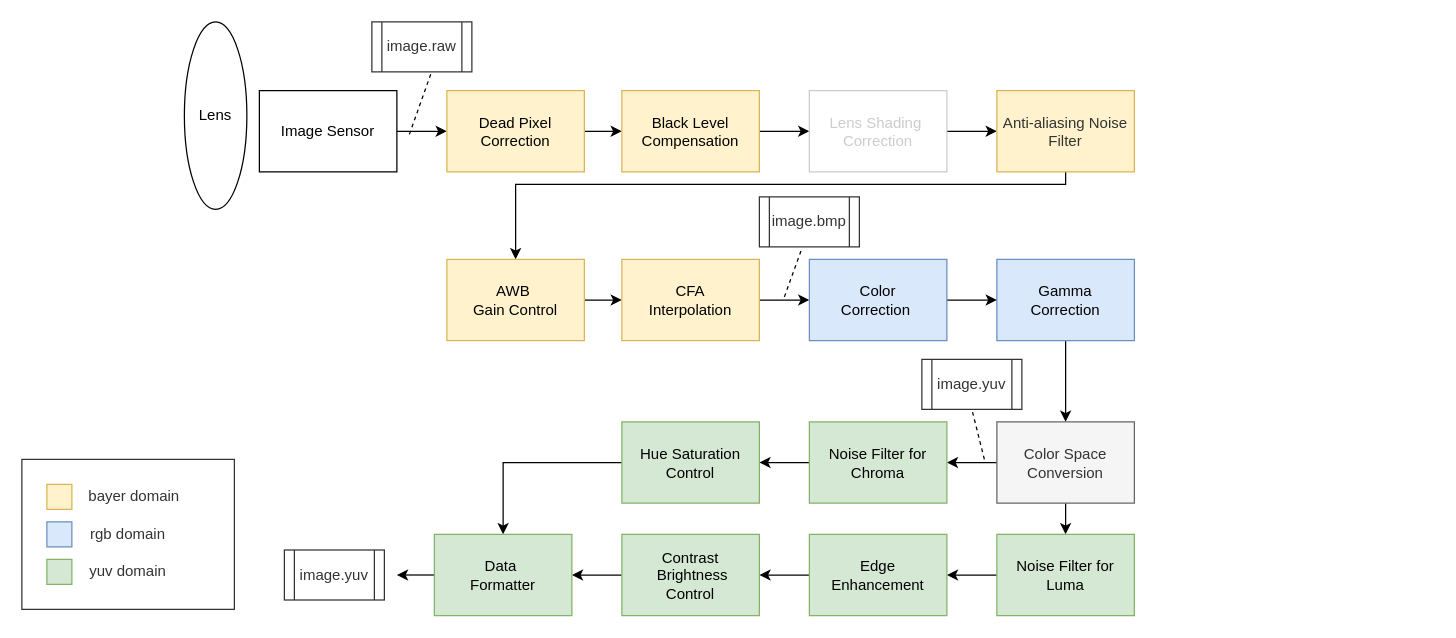
Above: image/deaft.drawio in lesialin/ImageSignalProcessing_C (draw.io), before the change. Source tidied: cells renumbered, new cells numbered last; positions are measured from the earlier drawing's top-left corner, leaving out a move shared by most shapes. Both pictures are drawn from the tidied source at 125%, with x=0, y=0 at pixel (21, 21).
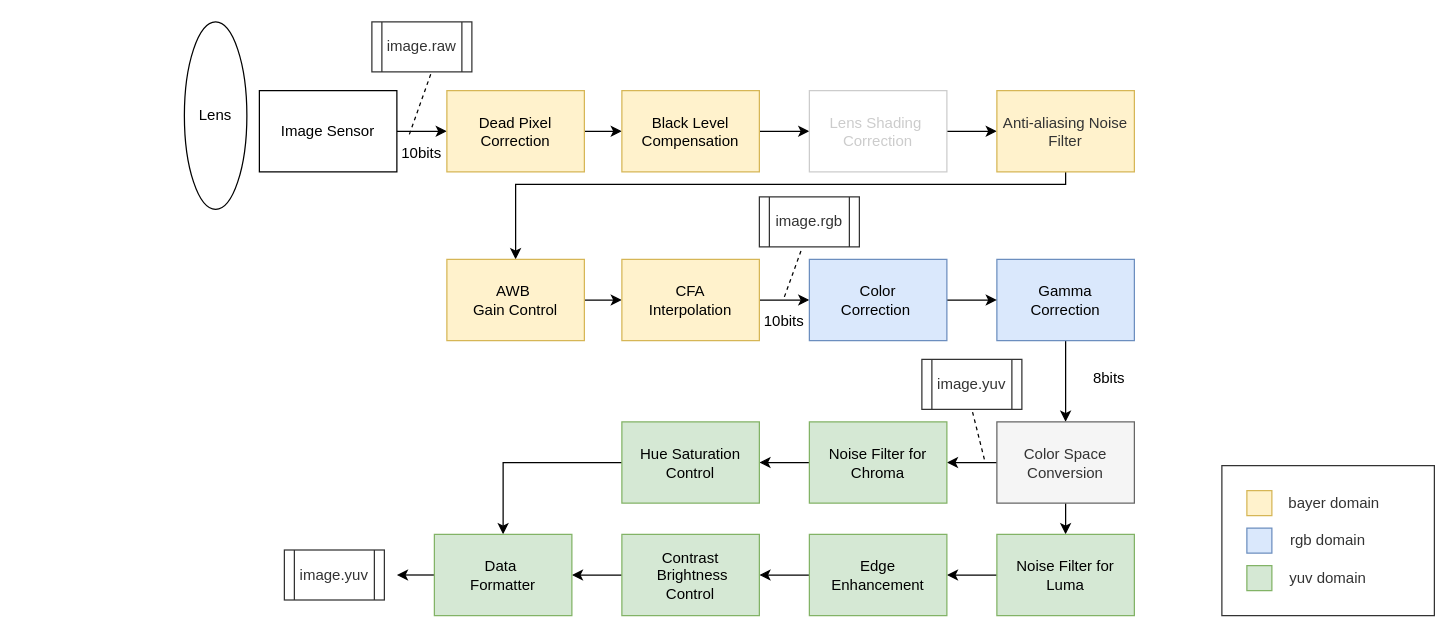
The same page after the edit.

The edit, as a diff of the source:
```diff
@@
-    <mxCell id="39" value="image.bmp" style="shape=process;whiteSpace=wrap;html=1;backgroundOutline=1;fontColor=#333333;strokeColor=#333333;" parent="1" vertex="1">
+    <mxCell id="39" value="image.rgb" style="shape=process;whiteSpace=wrap;html=1;backgroundOutline=1;fontColor=#333333;strokeColor=#333333;" parent="1" vertex="1">
       <mxGeometry x="590" y="140" width="80" height="40" as="geometry" />
     </mxCell>
@@
     <mxCell id="44" style="group;" parent="1" vertex="1">
-      <mxGeometry y="350" width="170" height="120" as="geometry" />
+      <mxGeometry x="960" y="355" width="170" height="120" as="geometry" />
     </mxCell>
@@
+    <mxCell id="52" value="10bits" style="text;html=1;strokeColor=none;fillColor=none;align=center;verticalAlign=middle;whiteSpace=wrap;rounded=0;" parent="1" vertex="1">
+      <mxGeometry x="580" y="225" width="60" height="30" as="geometry" />
+    </mxCell>
+    <mxCell id="53" value="8bits" style="text;html=1;strokeColor=none;fillColor=none;align=center;verticalAlign=middle;whiteSpace=wrap;rounded=0;" parent="1" vertex="1">
+      <mxGeometry x="840" y="270" width="60" height="30" as="geometry" />
+    </mxCell>
+    <mxCell id="54" value="10bits" style="text;html=1;strokeColor=none;fillColor=none;align=center;verticalAlign=middle;whiteSpace=wrap;rounded=0;" parent="1" vertex="1">
+      <mxGeometry x="290" y="90" width="60" height="30" as="geometry" />
+    </mxCell>
```
